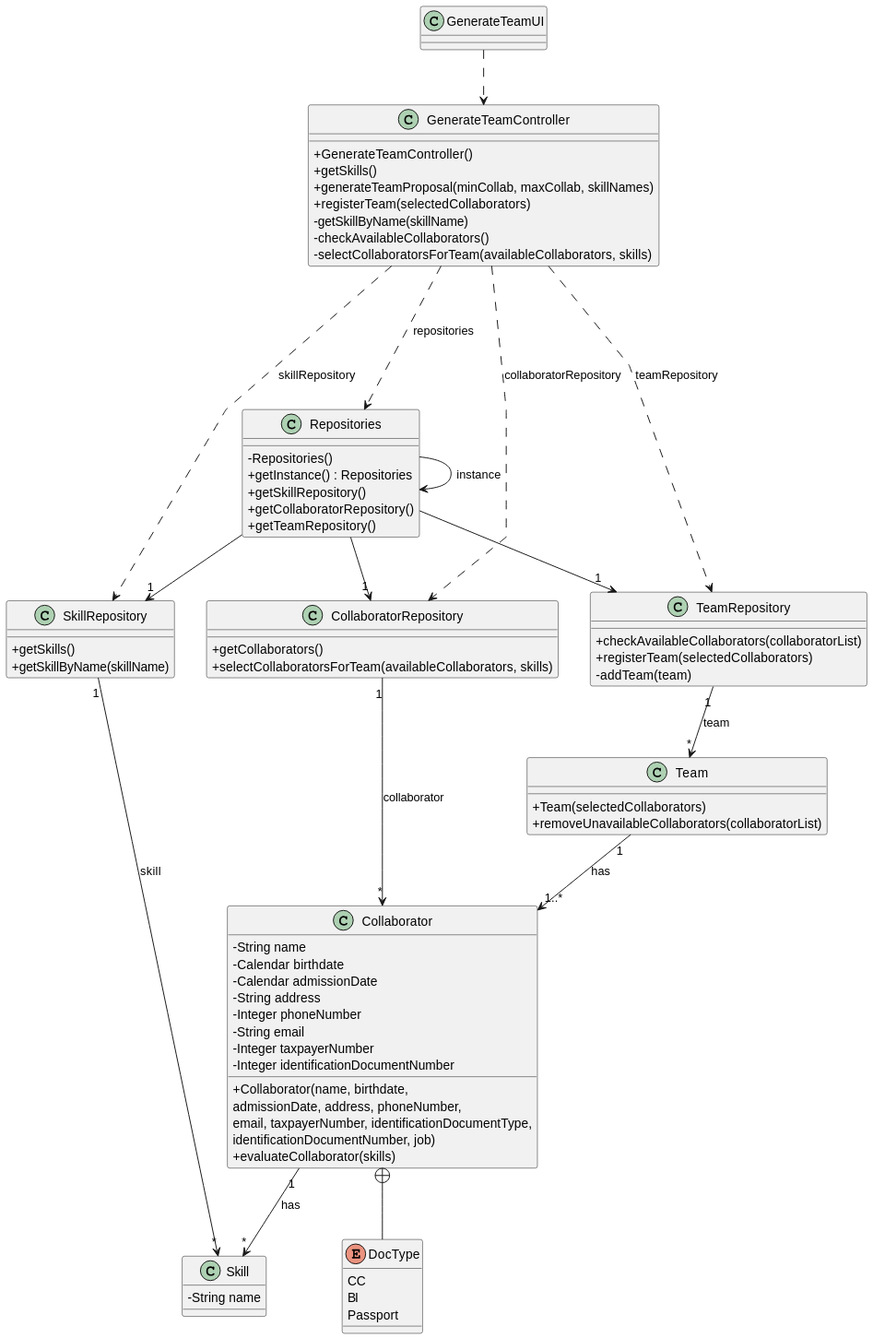
This is docs/sprintB/us005/03.design/svg/us005-class-diagram.svg from Departamento-de-Engenharia-Informatica/lei-24-s2-1dm-g132, a PlantUML export, as it was before one commit. Its diagram source:
```plantuml
@startuml
skinparam packageStyle rectangle
skinparam shadowing false
skinparam linetype polyline

skinparam classAttributeIconSize 0


class GenerateTeamUI
{

}

class GenerateTeamController
{
    + GenerateTeamController()
    + getSkills()
    + generateTeamProposal(minCollab, maxCollab, skillNames)
    + registerTeam(selectedCollaborators)
    - getSkillByName(skillName)
    - checkAvailableCollaborators()
    - selectCollaboratorsForTeam(availableCollaborators, skills)
}

class Repositories
{
    - Repositories()
    + getInstance() : Repositories
    + getSkillRepository()
    + getCollaboratorRepository()
    + getTeamRepository()
}



class SkillRepository
{
    + getSkills()
    + getSkillByName(skillName)
}

class CollaboratorRepository
{
    + getCollaborators()
    + selectCollaboratorsForTeam(availableCollaborators, skills)
}

class TeamRepository
{
    + checkAvailableCollaborators(collaboratorList)
    + registerTeam(selectedCollaborators)
    - addTeam(team)
}

class Collaborator
{
    - String name
    - Calendar birthdate
    - Calendar admissionDate
    - String address
    - Integer phoneNumber
    - String email
    - Integer taxpayerNumber
    - Integer identificationDocumentNumber
    + Collaborator(name, birthdate,\nadmissionDate, address, phoneNumber,\nemail, taxpayerNumber, identificationDocumentType,\nidentificationDocumentNumber, job)
    + evaluateCollaborator(skills)
}

enum DocType
{
    CC
    BI
    Passport
}

class Skill
{
    - String name
}

class Team
{
    + Team(selectedCollaborators)
    + removeUnavailableCollaborators(collaboratorList)
}

Repositories -> Repositories : instance

GenerateTeamUI ..> GenerateTeamController

GenerateTeamController ...> Repositories : repositories

GenerateTeamController ...> CollaboratorRepository : collaboratorRepository
GenerateTeamController ...> SkillRepository : skillRepository
GenerateTeamController ...> TeamRepository : teamRepository

Repositories --> "1" SkillRepository
Repositories --> "1" CollaboratorRepository
Repositories --> "1" TeamRepository

SkillRepository "1" --> "*" Skill: skill
CollaboratorRepository "1" --> "*" Collaborator : collaborator
TeamRepository "1" --> "*" Team: team

Collaborator "1" --> "*" Skill: has
Team "1" --> "1..*" Collaborator: has

Collaborator +-- DocType
@enduml
```
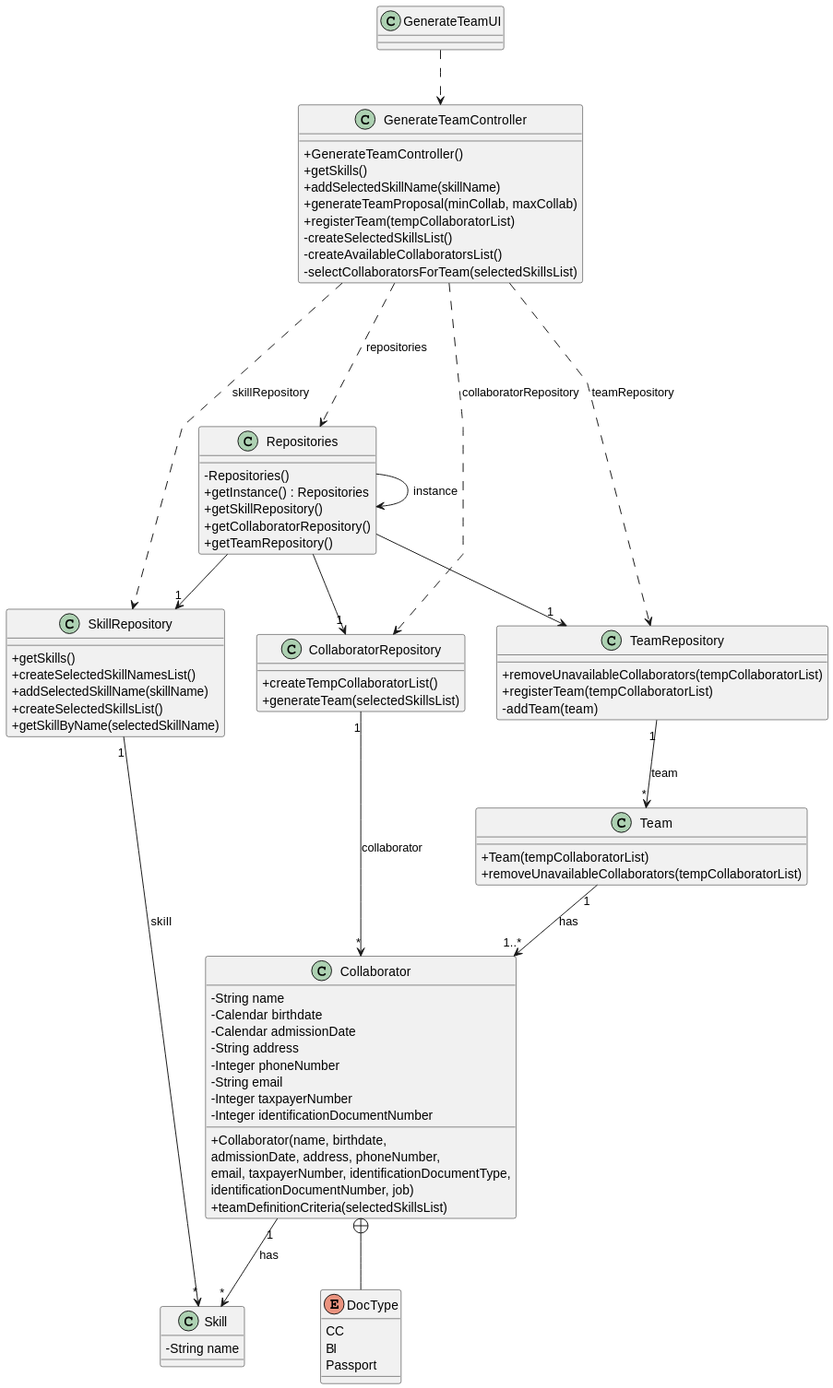
Later version of the same file.

Diff of the diagram source:
```diff
@@ -15,11 +15,12 @@
 {
     + GenerateTeamController()
     + getSkills()
-    + generateTeamProposal(minCollab, maxCollab, skillNames)
-    + registerTeam(selectedCollaborators)
-    - getSkillByName(skillName)
-    - checkAvailableCollaborators()
-    - selectCollaboratorsForTeam(availableCollaborators, skills)
+    + addSelectedSkillName(skillName)
+    + generateTeamProposal(minCollab, maxCollab)
+    + registerTeam(tempCollaboratorList)
+    - createSelectedSkillsList()
+    - createAvailableCollaboratorsList()
+    - selectCollaboratorsForTeam(selectedSkillsList)
 }
 
 class Repositories
@@ -36,19 +37,22 @@
 class SkillRepository
 {
     + getSkills()
-    + getSkillByName(skillName)
+    + createSelectedSkillNamesList()
+    + addSelectedSkillName(skillName)
+    + createSelectedSkillsList()
+    + getSkillByName(selectedSkillName)
 }
 
 class CollaboratorRepository
 {
-    + getCollaborators()
-    + selectCollaboratorsForTeam(availableCollaborators, skills)
+    + createTempCollaboratorList()
+    + generateTeam(selectedSkillsList)
 }
 
 class TeamRepository
 {
-    + checkAvailableCollaborators(collaboratorList)
-    + registerTeam(selectedCollaborators)
+    + removeUnavailableCollaborators(tempCollaboratorList)
+    + registerTeam(tempCollaboratorList)
     - addTeam(team)
 }
 
@@ -63,7 +67,7 @@
     - Integer taxpayerNumber
     - Integer identificationDocumentNumber
     + Collaborator(name, birthdate,\nadmissionDate, address, phoneNumber,\nemail, taxpayerNumber, identificationDocumentType,\nidentificationDocumentNumber, job)
-    + evaluateCollaborator(skills)
+    + teamDefinitionCriteria(selectedSkillsList)
 }
 
 enum DocType
@@ -80,8 +84,8 @@
 
 class Team
 {
-    + Team(selectedCollaborators)
-    + removeUnavailableCollaborators(collaboratorList)
+    + Team(tempCollaboratorList)
+    + removeUnavailableCollaborators(tempCollaboratorList)
 }
 
 Repositories -> Repositories : instance
```
